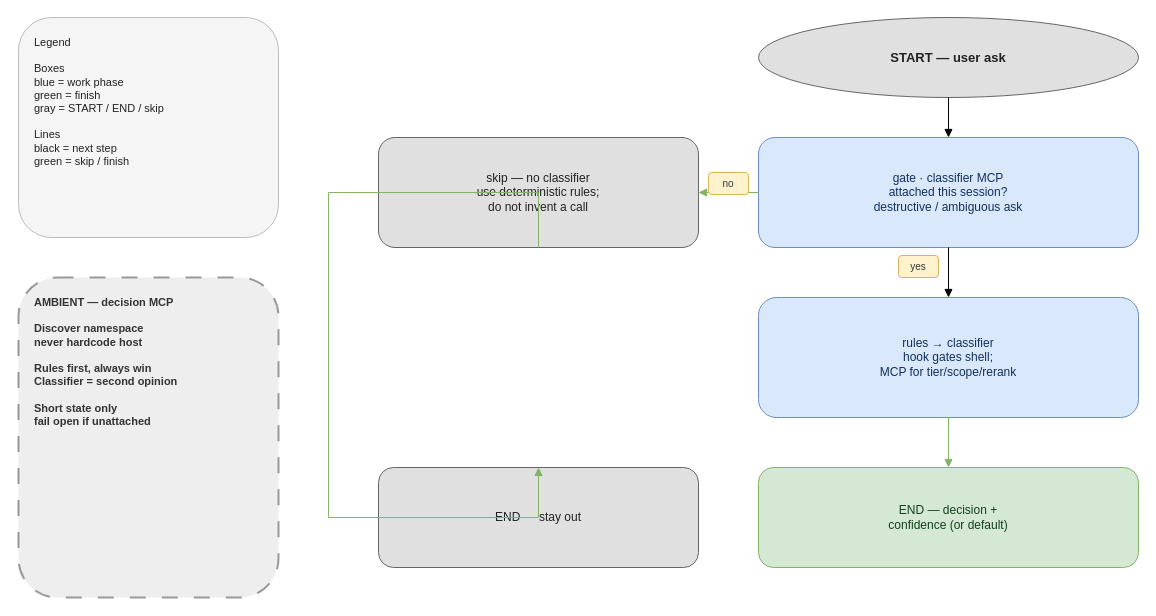
Above: plugins/classifier/docs/classifier-workflow.drawio in nodadyoushutup/marketplace-public (draw.io), before the change. Source tidied: cells renumbered, new cells numbered last; positions are measured from the earlier drawing's top-left corner, leaving out a move shared by most shapes. Both pictures are drawn from the tidied source at 100%, with x=0, y=0 at pixel (18, 17).
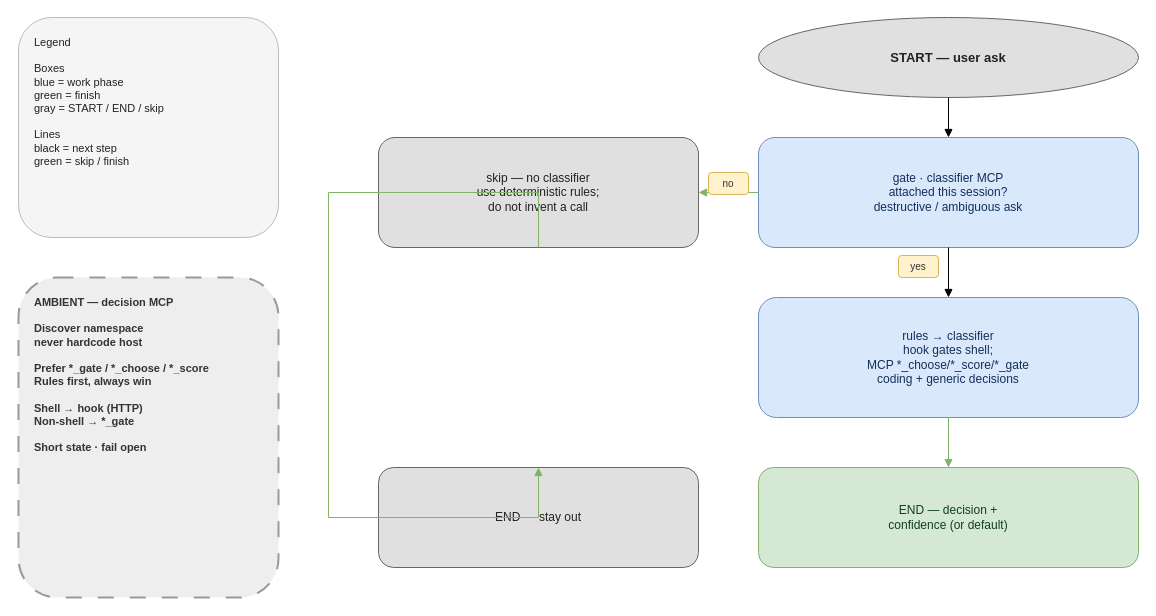
The same page after the edit.

Diff of the diagram source:
```diff
@@
 <mxGraphModel>
   <root>
     <mxCell id="0" />
     <mxCell id="1" parent="0" />
     <mxCell id="2" value="Legend&#10;&#10;Boxes&#10;blue = work phase&#10;green = finish&#10;gray = START / END / skip&#10;&#10;Lines&#10;black = next step&#10;green = skip / finish" style="rounded=1;whiteSpace=wrap;html=1;align=left;verticalAlign=top;spacingLeft=14;spacingRight=14;spacingTop=12;spacingBottom=12;fontSize=11;fillColor=#f5f5f5;strokeColor=#bbbbbb;fontColor=#222222;" parent="1" vertex="1">
       <mxGeometry width="260" height="220" as="geometry" />
     </mxCell>
-    <mxCell id="3" value="AMBIENT — decision MCP&#10;&#10;Discover namespace&#10;never hardcode host&#10;&#10;Rules first, always win&#10;Classifier = second opinion&#10;&#10;Short state only&#10;fail open if unattached" style="rounded=1;whiteSpace=wrap;html=1;dashed=1;dashPattern=8 8;align=left;verticalAlign=top;spacingLeft=14;spacingRight=14;spacingTop=12;spacingBottom=12;fontSize=11;fontStyle=1;fillColor=#eeeeee;strokeColor=#999999;strokeWidth=2;fontColor=#333333;" parent="1" vertex="1">
+    <mxCell id="3" value="AMBIENT — decision MCP&#10;&#10;Discover namespace&#10;never hardcode host&#10;&#10;Prefer *_gate / *_choose / *_score&#10;Rules first, always win&#10;&#10;Shell → hook (HTTP)&#10;Non-shell → *_gate&#10;&#10;Short state · fail open" style="rounded=1;whiteSpace=wrap;html=1;dashed=1;dashPattern=8 8;align=left;verticalAlign=top;spacingLeft=14;spacingRight=14;spacingTop=12;spacingBottom=12;fontSize=11;fontStyle=1;fillColor=#eeeeee;strokeColor=#999999;strokeWidth=2;fontColor=#333333;" parent="1" vertex="1">
       <mxGeometry y="260" width="260" height="320" as="geometry" />
     </mxCell>
     <mxCell id="4" value="START — user ask" style="ellipse;whiteSpace=wrap;html=1;align=center;verticalAlign=middle;fontSize=13;fontStyle=1;fillColor=#e0e0e0;strokeColor=#666666;fontColor=#222222;" parent="1" vertex="1">
       <mxGeometry x="740" width="380" height="80" as="geometry" />
     </mxCell>
     <mxCell id="5" value="gate · classifier MCP&#10;attached this session?&#10;destructive / ambiguous ask" style="rounded=1;whiteSpace=wrap;html=1;align=center;verticalAlign=middle;spacingLeft=12;spacingRight=12;fontSize=12;fillColor=#dae8fc;strokeColor=#6c8ebf;fontColor=#12305B;" parent="1" vertex="1">
       <mxGeometry x="740" y="120" width="380" height="110" as="geometry" />
     </mxCell>
     <mxCell id="6" value="skip — no classifier&#10;use deterministic rules;&#10;do not invent a call" style="rounded=1;whiteSpace=wrap;html=1;align=center;verticalAlign=middle;spacingLeft=12;spacingRight=12;fontSize=12;fillColor=#e0e0e0;strokeColor=#666666;fontColor=#222222;" parent="1" vertex="1">
       <mxGeometry x="360" y="120" width="320" height="110" as="geometry" />
     </mxCell>
-    <mxCell id="7" value="rules → classifier&#10;hook gates shell;&#10;MCP for tier/scope/rerank" style="rounded=1;whiteSpace=wrap;html=1;align=center;verticalAlign=middle;spacingLeft=12;spacingRight=12;fontSize=12;fillColor=#dae8fc;strokeColor=#6c8ebf;fontColor=#12305B;" parent="1" vertex="1">
+    <mxCell id="7" value="rules → classifier&#10;hook gates shell;&#10;MCP *_choose/*_score/*_gate&#10;coding + generic decisions" style="rounded=1;whiteSpace=wrap;html=1;align=center;verticalAlign=middle;spacingLeft=12;spacingRight=12;fontSize=12;fillColor=#dae8fc;strokeColor=#6c8ebf;fontColor=#12305B;" parent="1" vertex="1">
       <mxGeometry x="740" y="280" width="380" height="120" as="geometry" />
     </mxCell>
     <mxCell id="8" value="END — decision +&#10;confidence (or default)" style="rounded=1;whiteSpace=wrap;html=1;align=center;verticalAlign=middle;spacingLeft=12;spacingRight=12;fontSize=12;fillColor=#d5e8d4;strokeColor=#82b366;fontColor=#12401A;" parent="1" vertex="1">
       <mxGeometry x="740" y="450" width="380" height="100" as="geometry" />
     </mxCell>
     <mxCell id="9" value="END — stay out" style="rounded=1;whiteSpace=wrap;html=1;align=center;verticalAlign=middle;spacingLeft=12;spacingRight=12;fontSize=12;fillColor=#e0e0e0;strokeColor=#666666;fontColor=#222222;" parent="1" vertex="1">
       <mxGeometry x="360" y="450" width="320" height="100" as="geometry" />
     </mxCell>
     <mxCell id="10" style="edgeStyle=orthogonalEdgeStyle;rounded=0;html=1;endArrow=block;jumpStyle=arc;jumpSize=10;exitX=0.5;exitY=1;entryX=0.5;entryY=0;" parent="1" edge="1" source="4" target="5">
       <mxGeometry relative="1" as="geometry" />
     </mxCell>
     <mxCell id="11" style="edgeStyle=orthogonalEdgeStyle;rounded=0;html=1;endArrow=block;jumpStyle=arc;jumpSize=10;strokeColor=#82b366;exitX=0;exitY=0.5;entryX=1;entryY=0.5;" parent="1" edge="1" source="5" target="6">
       <mxGeometry relative="1" as="geometry" />
     </mxCell>
     <mxCell id="12" value="no" style="rounded=1;whiteSpace=wrap;html=1;align=center;verticalAlign=middle;fontSize=10;fillColor=#fff2cc;strokeColor=#d6b656;fontColor=#333333;" parent="1" vertex="1">
       <mxGeometry x="690" y="155" width="40" height="22" as="geometry" />
     </mxCell>
     <mxCell id="13" style="edgeStyle=orthogonalEdgeStyle;rounded=0;html=1;endArrow=block;jumpStyle=arc;jumpSize=10;exitX=0.5;exitY=1;entryX=0.5;entryY=0;" parent="1" edge="1" source="5" target="7">
       <mxGeometry relative="1" as="geometry" />
     </mxCell>
     <mxCell id="14" value="yes" style="rounded=1;whiteSpace=wrap;html=1;align=center;verticalAlign=middle;fontSize=10;fillColor=#fff2cc;strokeColor=#d6b656;fontColor=#333333;" parent="1" vertex="1">
       <mxGeometry x="880" y="238" width="40" height="22" as="geometry" />
     </mxCell>
     <mxCell id="15" style="edgeStyle=orthogonalEdgeStyle;rounded=0;html=1;endArrow=block;jumpStyle=arc;jumpSize=10;strokeColor=#82b366;exitX=0.5;exitY=1;entryX=0.5;entryY=0;" parent="1" edge="1" source="7" target="8">
       <mxGeometry relative="1" as="geometry" />
     </mxCell>
     <mxCell id="16" style="edgeStyle=orthogonalEdgeStyle;rounded=0;html=1;endArrow=block;jumpStyle=arc;jumpSize=10;strokeColor=#82b366;exitX=0.5;exitY=1;entryX=0.5;entryY=0;" parent="1" edge="1" source="6" target="9">
       <mxGeometry relative="1" as="geometry">
         <Array as="points">
           <mxPoint x="310" y="175" />
           <mxPoint x="310" y="500" />
         </Array>
       </mxGeometry>
     </mxCell>
   </root>
 </mxGraphModel>
```
